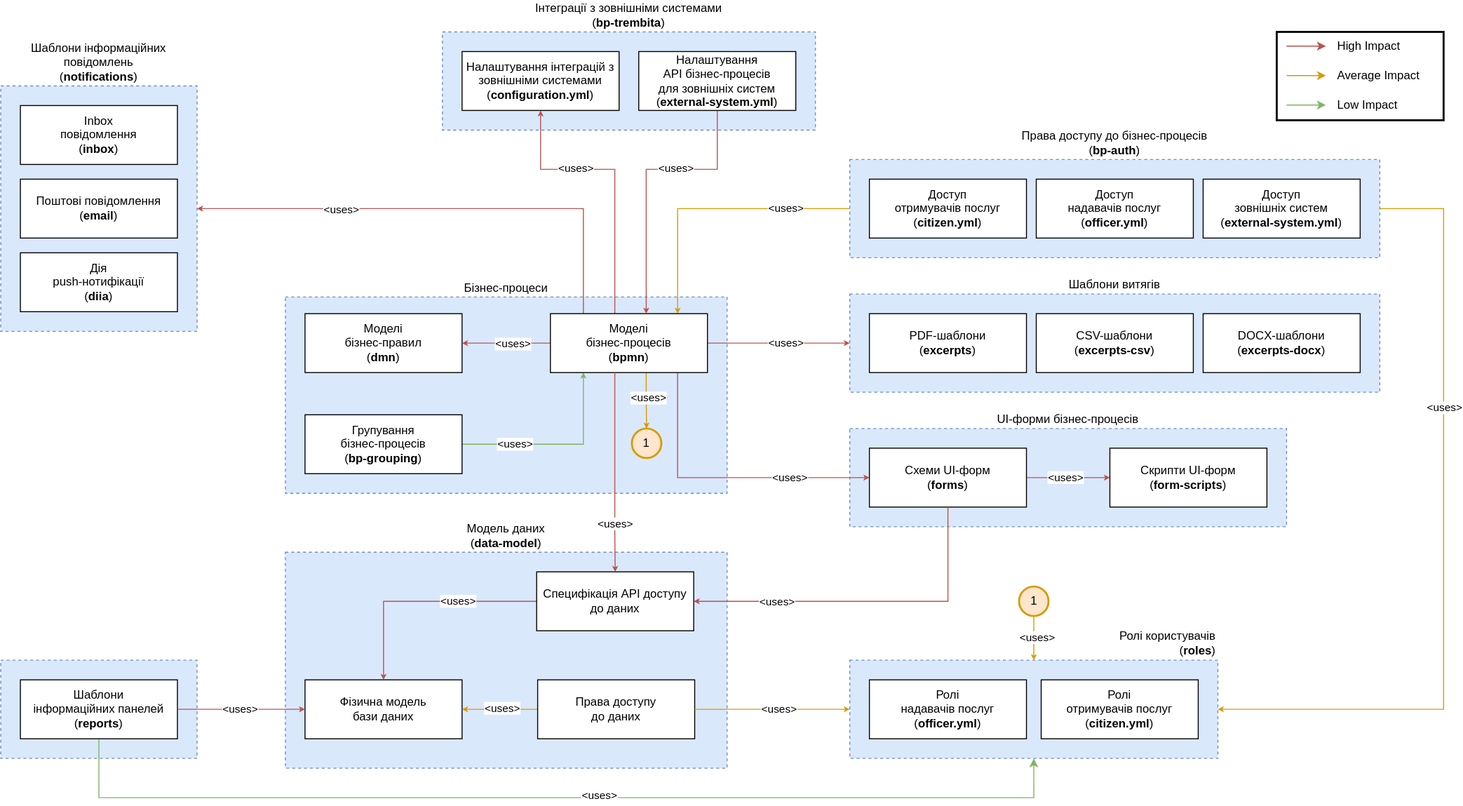
This is docs/ua/modules/arch/images/architecture/registry/administrative/regulation-management/registry-regulation/regulation-dependencies.svg from epam/edp-ddm-architecture, a draw.io export, as it was before one commit. Source tidied: cells renumbered, new cells last; positions are measured from the earlier drawing's top-left corner, leaving out a move shared by most shapes.
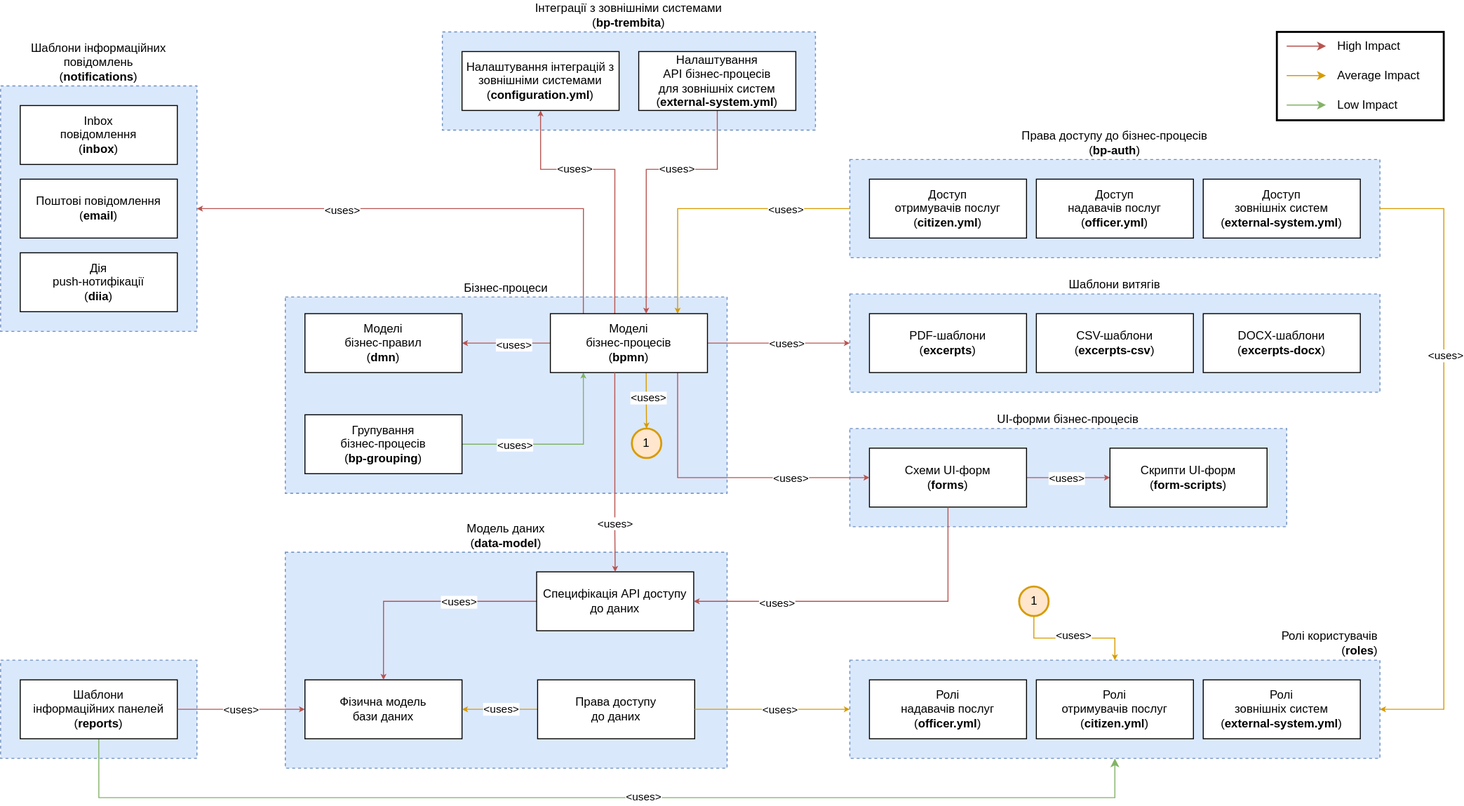
The same file after the commit.

What changed in the source:
```diff
@@ -21,7 +21,7 @@
       <mxGeometry x="865" y="130" width="540" height="100" as="geometry" />
     </mxCell>
     <mxCell id="8" value="Ролі користувачів &lt;br&gt;(&lt;b style=&quot;border-color: var(--border-color);&quot;&gt;roles&lt;/b&gt;)" style="rounded=0;whiteSpace=wrap;html=1;dashed=1;fillColor=#dae8fc;strokeColor=#6c8ebf;labelPosition=center;verticalLabelPosition=top;align=right;verticalAlign=bottom;" parent="1" vertex="1">
-      <mxGeometry x="865" y="640" width="375" height="100" as="geometry" />
+      <mxGeometry x="865" y="640" width="540" height="100" as="geometry" />
     </mxCell>
     <mxCell id="9" value="Шаблони інформаційних повідомлень&lt;br style=&quot;border-color: var(--border-color);&quot;&gt;(&lt;b style=&quot;border-color: var(--border-color);&quot;&gt;notifications&lt;/b&gt;)" style="rounded=0;whiteSpace=wrap;html=1;dashed=1;fillColor=#dae8fc;strokeColor=#6c8ebf;labelPosition=center;verticalLabelPosition=top;align=center;verticalAlign=bottom;" parent="1" vertex="1">
       <mxGeometry y="55" width="200" height="250" as="geometry" />
@@ -171,7 +171,7 @@
       <mxGeometry relative="1" as="geometry">
         <Array as="points">
           <mxPoint x="100" y="780" />
-          <mxPoint x="1053" y="780" />
+          <mxPoint x="1135" y="780" />
         </Array>
       </mxGeometry>
     </mxCell>
@@ -185,7 +185,7 @@
       <mxGeometry x="885" y="660" width="160" height="60" as="geometry" />
     </mxCell>
     <mxCell id="52" value="Ролі&lt;br&gt;отримувачів послуг&lt;br&gt;(&lt;b&gt;citizen.yml&lt;/b&gt;)" style="rounded=0;whiteSpace=wrap;html=1;" parent="1" vertex="1">
-      <mxGeometry x="1060" y="660" width="160" height="60" as="geometry" />
+      <mxGeometry x="1055" y="660" width="160" height="60" as="geometry" />
     </mxCell>
     <mxCell id="53" value="Модель даних&lt;br style=&quot;border-color: var(--border-color);&quot;&gt;(&lt;b style=&quot;border-color: var(--border-color);&quot;&gt;data-model&lt;/b&gt;)" style="rounded=0;whiteSpace=wrap;html=1;labelPosition=center;verticalLabelPosition=top;align=center;verticalAlign=bottom;fillColor=#dae8fc;strokeColor=#6c8ebf;dashed=1;" parent="1" vertex="1">
       <mxGeometry x="290" y="530" width="450" height="220" as="geometry" />
@@ -295,5 +295,8 @@
         </Array>
       </mxGeometry>
     </mxCell>
+    <mxCell id="80" value="Ролі&lt;br&gt;зовнішніх систем&lt;br&gt;(&lt;b&gt;external-system.yml&lt;/b&gt;)" style="rounded=0;whiteSpace=wrap;html=1;" parent="1" vertex="1">
+      <mxGeometry x="1225" y="660" width="160" height="60" as="geometry" />
+    </mxCell>
   </root>
 </mxGraphModel>
```
